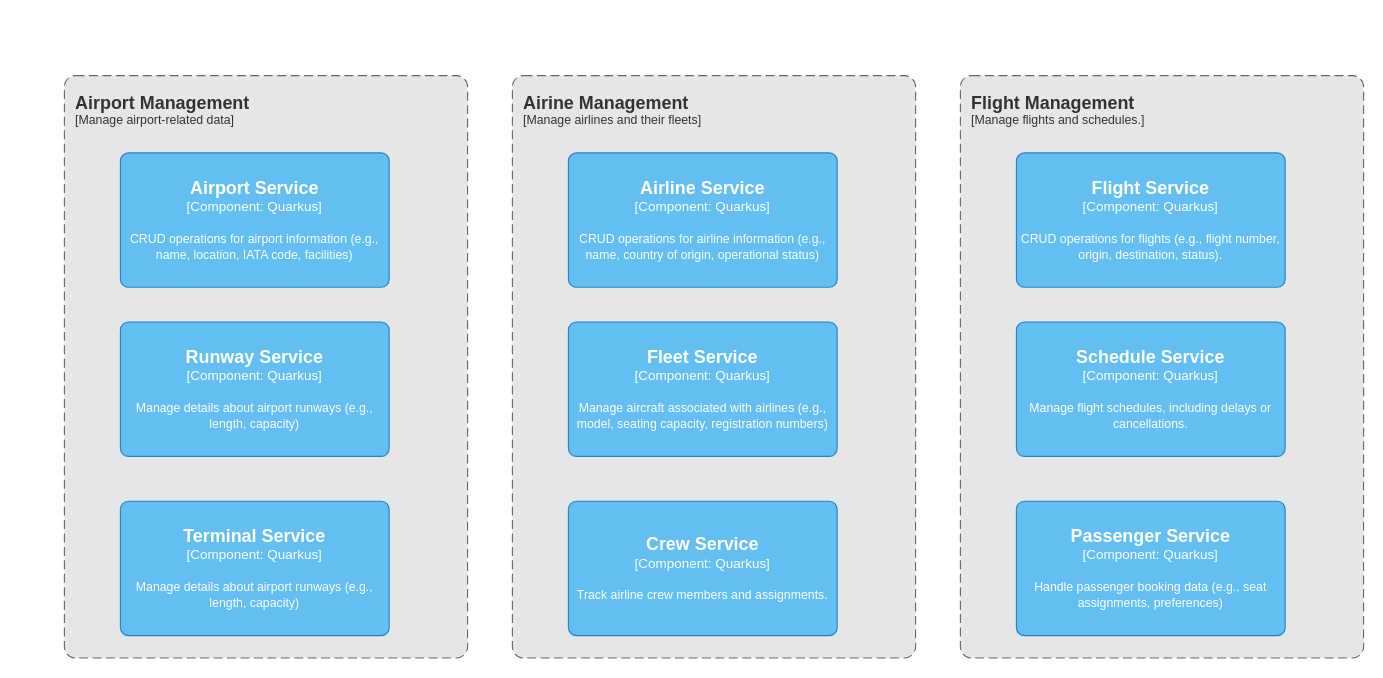
The draw.io diagram docs/context-diagram.drawio in ch88251/airport-management-system, before the edit. Source tidied: cells renumbered, new cells numbered last; positions are measured from the earlier drawing's top-left corner, leaving out a move shared by most shapes. Both pictures are drawn from the tidied source at 112%, with x=0, y=0 at pixel (64, 75).
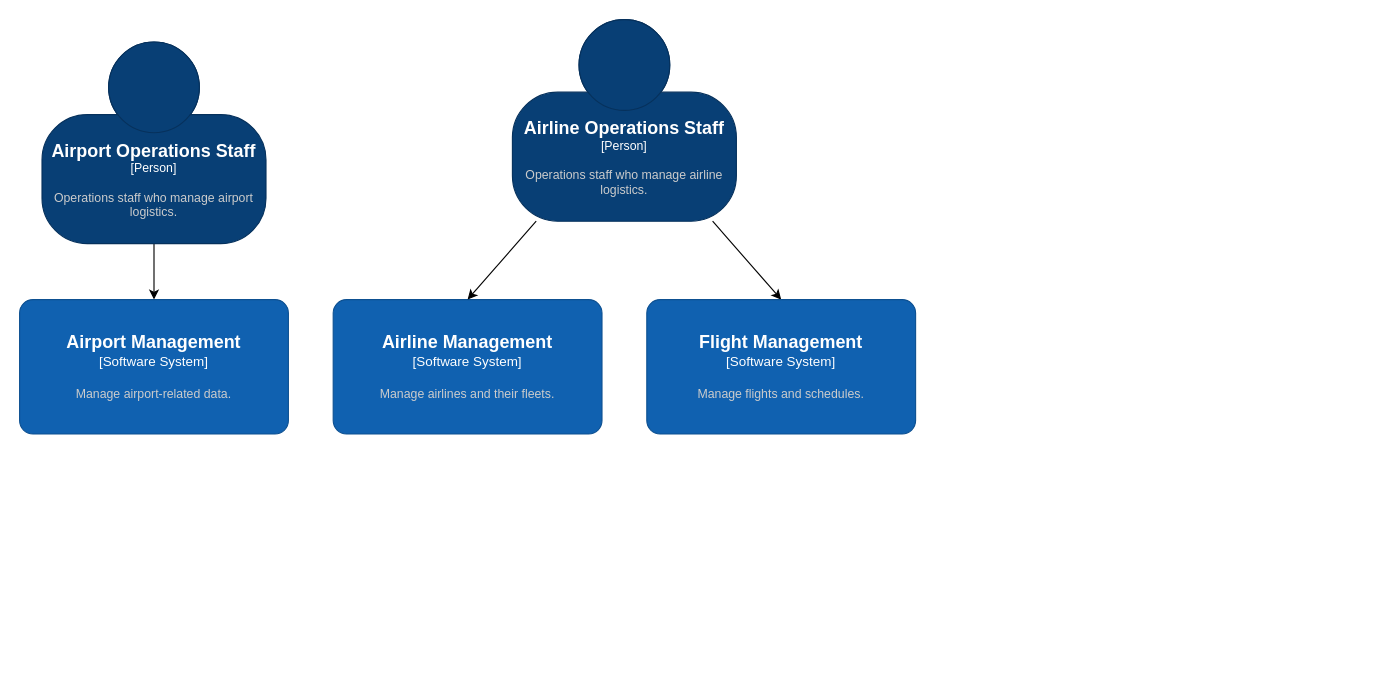
The same diagram, later.

Diff of the diagram source:
```diff
@@
-    <object id="2" label="&lt;font style=&quot;font-size: 16px&quot;&gt;&lt;b&gt;&lt;div style=&quot;text-align: left&quot;&gt;%c4Name%&lt;/div&gt;&lt;/b&gt;&lt;/font&gt;&lt;div style=&quot;text-align: left&quot;&gt;[%c4Application%]&lt;/div&gt;" c4Application="Manage airport-related data" c4Name="Airport Management" placeholders="1">
-      <mxCell style="rounded=1;fontSize=11;whiteSpace=wrap;html=1;dashed=1;arcSize=20;fillColor=#E6E6E6;strokeColor=#666666;fontColor=#333333;labelBackgroundColor=none;align=left;verticalAlign=top;labelBorderColor=none;spacingTop=0;spacing=10;dashPattern=8 4;perimeter=rectanglePerimeter;noLabel=0;labelPadding=0;absoluteArcSize=1;" parent="1" vertex="1">
-        <mxGeometry width="360" height="520" as="geometry" />
-      </mxCell>
-    </object>
+    <mxCell id="5" style="edgeStyle=none;html=1;entryX=0.5;entryY=0;entryDx=0;entryDy=0;entryPerimeter=0;strokeColor=#000000;" parent="1" edge="1" source="3" target="4">
+      <mxGeometry relative="1" as="geometry" />
+    </mxCell>
-    <object id="3" label="&lt;font style=&quot;font-size: 16px&quot;&gt;&lt;b&gt;%c4Name%&lt;/b&gt;&lt;/font&gt;&lt;div&gt;[%c4Type%: %c4Technology%]&lt;/div&gt;&lt;br&gt;&lt;div&gt;&lt;font style=&quot;font-size: 11px&quot;&gt;%c4Description%&lt;/font&gt;&lt;/div&gt;" c4Description="CRUD operations for airport information (e.g., name, location, IATA code, facilities)" c4Name="Airport Service" c4Technology="Quarkus" c4Type="Component" placeholders="1">
-      <mxCell style="rounded=1;whiteSpace=wrap;html=1;labelBackgroundColor=none;fillColor=#63BEF2;fontColor=#ffffff;align=center;arcSize=6;strokeColor=#2086C9;points=[[0.25,0,0],[0.5,0,0],[0.75,0,0],[1,0.25,0],[1,0.5,0],[1,0.75,0],[0.75,1,0],[0.5,1,0],[0.25,1,0],[0,0.75,0],[0,0.5,0],[0,0.25,0]];" parent="1" vertex="1">
-        <mxGeometry x="50" y="69" width="240" height="120" as="geometry" />
+    <object id="3" label="&lt;font style=&quot;font-size: 16px&quot;&gt;&lt;b&gt;%c4Name%&lt;/b&gt;&lt;/font&gt;&lt;div&gt;[%c4Type%]&lt;/div&gt;&lt;br&gt;&lt;div&gt;&lt;font style=&quot;font-size: 11px&quot;&gt;&lt;font color=&quot;#cccccc&quot;&gt;%c4Description%&lt;/font&gt;&lt;/div&gt;" c4Description="Operations staff who manage airport logistics." c4Name="Airport Operations Staff" c4Type="Person" placeholders="1">
+      <mxCell style="html=1;fontSize=11;dashed=0;whiteSpace=wrap;fillColor=#083F75;strokeColor=#06315C;fontColor=#ffffff;shape=mxgraph.c4.person2;align=center;points=[[0.5,0,0],[1,0.5,0],[1,0.75,0],[0.75,1,0],[0.5,1,0],[0.25,1,0],[0,0.75,0],[0,0.5,0]];" parent="1" vertex="1">
+        <mxGeometry x="-20" y="-30" width="200" height="180" as="geometry" />
       </mxCell>
     </object>
-    <object id="4" label="&lt;font style=&quot;font-size: 16px&quot;&gt;&lt;b&gt;%c4Name%&lt;/b&gt;&lt;/font&gt;&lt;div&gt;[%c4Type%: %c4Technology%]&lt;/div&gt;&lt;br&gt;&lt;div&gt;&lt;font style=&quot;font-size: 11px&quot;&gt;%c4Description%&lt;/font&gt;&lt;/div&gt;" c4Description="Manage details about airport runways (e.g., length, capacity)" c4Name="Runway Service" c4Technology="Quarkus" c4Type="Component" placeholders="1">
-      <mxCell style="rounded=1;whiteSpace=wrap;html=1;labelBackgroundColor=none;fillColor=#63BEF2;fontColor=#ffffff;align=center;arcSize=6;strokeColor=#2086C9;points=[[0.25,0,0],[0.5,0,0],[0.75,0,0],[1,0.25,0],[1,0.5,0],[1,0.75,0],[0.75,1,0],[0.5,1,0],[0.25,1,0],[0,0.75,0],[0,0.5,0],[0,0.25,0]];" parent="1" vertex="1">
-        <mxGeometry x="50" y="220" width="240" height="120" as="geometry" />
+    <object id="4" label="&lt;font style=&quot;font-size: 16px&quot;&gt;&lt;b&gt;%c4Name%&lt;/b&gt;&lt;/font&gt;&lt;div&gt;[%c4Type%]&lt;/div&gt;&lt;br&gt;&lt;div&gt;&lt;font style=&quot;font-size: 11px&quot;&gt;&lt;font color=&quot;#cccccc&quot;&gt;%c4Description%&lt;/font&gt;&lt;/div&gt;" c4Description="Manage airport-related data." c4Name="Airport Management" c4Type="Software System" placeholders="1">
+      <mxCell style="rounded=1;whiteSpace=wrap;html=1;labelBackgroundColor=none;fillColor=#1061B0;fontColor=#ffffff;align=center;arcSize=10;strokeColor=#0D5091;points=[[0.25,0,0],[0.5,0,0],[0.75,0,0],[1,0.25,0],[1,0.5,0],[1,0.75,0],[0.75,1,0],[0.5,1,0],[0.25,1,0],[0,0.75,0],[0,0.5,0],[0,0.25,0]];" parent="1" vertex="1">
+        <mxGeometry x="-40" y="200" width="240" height="120" as="geometry" />
       </mxCell>
     </object>
-    <object id="5" label="&lt;font style=&quot;font-size: 16px&quot;&gt;&lt;b&gt;%c4Name%&lt;/b&gt;&lt;/font&gt;&lt;div&gt;[%c4Type%: %c4Technology%]&lt;/div&gt;&lt;br&gt;&lt;div&gt;&lt;font style=&quot;font-size: 11px&quot;&gt;%c4Description%&lt;/font&gt;&lt;/div&gt;" c4Description="Manage details about airport runways (e.g., length, capacity)" c4Name="Terminal Service" c4Technology="Quarkus" c4Type="Component" placeholders="1">
-      <mxCell style="rounded=1;whiteSpace=wrap;html=1;labelBackgroundColor=none;fillColor=#63BEF2;fontColor=#ffffff;align=center;arcSize=6;strokeColor=#2086C9;" parent="1" vertex="1">
-        <mxGeometry x="50" y="380" width="240" height="120" as="geometry" />
-      </mxCell>
-    </object>
-    <object id="6" label="&lt;font style=&quot;font-size: 16px&quot;&gt;&lt;b&gt;&lt;div style=&quot;text-align: left&quot;&gt;%c4Name%&lt;/div&gt;&lt;/b&gt;&lt;/font&gt;&lt;div style=&quot;text-align: left&quot;&gt;[%c4Application%]&lt;/div&gt;" c4Application="Manage airlines and their fleets" c4Name="Airine Management" placeholders="1">
-      <mxCell style="rounded=1;fontSize=11;whiteSpace=wrap;html=1;dashed=1;arcSize=20;fillColor=#E6E6E6;strokeColor=#666666;fontColor=#333333;labelBackgroundColor=none;align=left;verticalAlign=top;labelBorderColor=none;spacingTop=0;spacing=10;dashPattern=8 4;perimeter=rectanglePerimeter;noLabel=0;labelPadding=0;absoluteArcSize=1;points=[[0.25,0,0],[0.5,0,0],[0.75,0,0],[1,0.25,0],[1,0.5,0],[1,0.75,0],[0.75,1,0],[0.5,1,0],[0.25,1,0],[0,0.75,0],[0,0.5,0],[0,0.25,0]];" parent="1" vertex="1">
-        <mxGeometry x="400" width="360" height="520" as="geometry" />
+    <object id="6" label="&lt;font style=&quot;font-size: 16px&quot;&gt;&lt;b&gt;%c4Name%&lt;/b&gt;&lt;/font&gt;&lt;div&gt;[%c4Type%]&lt;/div&gt;&lt;br&gt;&lt;div&gt;&lt;font style=&quot;font-size: 11px&quot;&gt;&lt;font color=&quot;#cccccc&quot;&gt;%c4Description%&lt;/font&gt;&lt;/div&gt;" c4Description="Manage airlines and their fleets." c4Name="Airline Management" c4Type="Software System" placeholders="1">
+      <mxCell style="rounded=1;whiteSpace=wrap;html=1;labelBackgroundColor=none;fillColor=#1061B0;fontColor=#ffffff;align=center;arcSize=10;strokeColor=#0D5091;points=[[0.25,0,0],[0.5,0,0],[0.75,0,0],[1,0.25,0],[1,0.5,0],[1,0.75,0],[0.75,1,0],[0.5,1,0],[0.25,1,0],[0,0.75,0],[0,0.5,0],[0,0.25,0]];" parent="1" vertex="1">
+        <mxGeometry x="240" y="200" width="240" height="120" as="geometry" />
       </mxCell>
     </object>
+    <mxCell id="8" style="edgeStyle=none;html=1;entryX=0.5;entryY=0;entryDx=0;entryDy=0;entryPerimeter=0;strokeColor=#000000;" parent="1" edge="1" source="7" target="6">
+      <mxGeometry relative="1" as="geometry" />
+    </mxCell>
+    <mxCell id="11" style="edgeStyle=none;html=1;entryX=0.5;entryY=0;entryDx=0;entryDy=0;entryPerimeter=0;strokeColor=#000000;" parent="1" edge="1" source="7" target="9">
+      <mxGeometry relative="1" as="geometry" />
+    </mxCell>
-    <object id="7" label="&lt;font style=&quot;font-size: 16px&quot;&gt;&lt;b&gt;%c4Name%&lt;/b&gt;&lt;/font&gt;&lt;div&gt;[%c4Type%: %c4Technology%]&lt;/div&gt;&lt;br&gt;&lt;div&gt;&lt;font style=&quot;font-size: 11px&quot;&gt;%c4Description%&lt;/font&gt;&lt;/div&gt;" c4Description="CRUD operations for airline information (e.g., name, country of origin, operational status)" c4Name="Airline Service" c4Technology="Quarkus" c4Type="Component" placeholders="1">
-      <mxCell style="rounded=1;whiteSpace=wrap;html=1;labelBackgroundColor=none;fillColor=#63BEF2;fontColor=#ffffff;align=center;arcSize=6;strokeColor=#2086C9;points=[[0.25,0,0],[0.5,0,0],[0.75,0,0],[1,0.25,0],[1,0.5,0],[1,0.75,0],[0.75,1,0],[0.5,1,0],[0.25,1,0],[0,0.75,0],[0,0.5,0],[0,0.25,0]];" parent="1" vertex="1">
-        <mxGeometry x="450" y="69" width="240" height="120" as="geometry" />
+    <object id="7" label="&lt;font style=&quot;font-size: 16px&quot;&gt;&lt;b&gt;%c4Name%&lt;/b&gt;&lt;/font&gt;&lt;div&gt;[%c4Type%]&lt;/div&gt;&lt;br&gt;&lt;div&gt;&lt;font style=&quot;font-size: 11px&quot;&gt;&lt;font color=&quot;#cccccc&quot;&gt;%c4Description%&lt;/font&gt;&lt;/div&gt;" c4Description="Operations staff who manage airline logistics." c4Name="Airline Operations Staff" c4Type="Person" placeholders="1">
+      <mxCell style="html=1;fontSize=11;dashed=0;whiteSpace=wrap;fillColor=#083F75;strokeColor=#06315C;fontColor=#ffffff;shape=mxgraph.c4.person2;align=center;points=[[0.5,0,0],[1,0.5,0],[1,0.75,0],[0.75,1,0],[0.5,1,0],[0.25,1,0],[0,0.75,0],[0,0.5,0]];" parent="1" vertex="1">
+        <mxGeometry x="400" y="-50" width="200" height="180" as="geometry" />
       </mxCell>
     </object>
-    <object id="8" label="&lt;font style=&quot;font-size: 16px&quot;&gt;&lt;b&gt;%c4Name%&lt;/b&gt;&lt;/font&gt;&lt;div&gt;[%c4Type%: %c4Technology%]&lt;/div&gt;&lt;br&gt;&lt;div&gt;&lt;font style=&quot;font-size: 11px&quot;&gt;%c4Description%&lt;/font&gt;&lt;/div&gt;" c4Description="Manage aircraft associated with airlines (e.g., model, seating capacity, registration numbers)" c4Name="Fleet Service" c4Technology="Quarkus" c4Type="Component" placeholders="1">
-      <mxCell style="rounded=1;whiteSpace=wrap;html=1;labelBackgroundColor=none;fillColor=#63BEF2;fontColor=#ffffff;align=center;arcSize=6;strokeColor=#2086C9;" parent="1" vertex="1">
-        <mxGeometry x="450" y="220" width="240" height="120" as="geometry" />
-      </mxCell>
-    </object>
-    <object id="9" label="&lt;font style=&quot;font-size: 16px&quot;&gt;&lt;b&gt;%c4Name%&lt;/b&gt;&lt;/font&gt;&lt;div&gt;[%c4Type%: %c4Technology%]&lt;/div&gt;&lt;br&gt;&lt;div&gt;&lt;font style=&quot;font-size: 11px&quot;&gt;%c4Description%&lt;/font&gt;&lt;/div&gt;" c4Description="Track airline crew members and assignments.&#10;" c4Name="Crew Service" c4Technology="Quarkus" c4Type="Component" placeholders="1">
-      <mxCell style="rounded=1;whiteSpace=wrap;html=1;labelBackgroundColor=none;fillColor=#63BEF2;fontColor=#ffffff;align=center;arcSize=6;strokeColor=#2086C9;points=[[0.25,0,0],[0.5,0,0],[0.75,0,0],[1,0.25,0],[1,0.5,0],[1,0.75,0],[0.75,1,0],[0.5,1,0],[0.25,1,0],[0,0.75,0],[0,0.5,0],[0,0.25,0]];" parent="1" vertex="1">
-        <mxGeometry x="450" y="380" width="240" height="120" as="geometry" />
+    <object id="9" label="&lt;font style=&quot;font-size: 16px&quot;&gt;&lt;b&gt;%c4Name%&lt;/b&gt;&lt;/font&gt;&lt;div&gt;[%c4Type%]&lt;/div&gt;&lt;br&gt;&lt;div&gt;&lt;font style=&quot;font-size: 11px&quot;&gt;&lt;font color=&quot;#cccccc&quot;&gt;%c4Description%&lt;/font&gt;&lt;/div&gt;" c4Description="Manage flights and schedules." c4Name="Flight Management" c4Type="Software System" placeholders="1">
+      <mxCell style="rounded=1;whiteSpace=wrap;html=1;labelBackgroundColor=none;fillColor=#1061B0;fontColor=#ffffff;align=center;arcSize=10;strokeColor=#0D5091;points=[[0.25,0,0],[0.5,0,0],[0.75,0,0],[1,0.25,0],[1,0.5,0],[1,0.75,0],[0.75,1,0],[0.5,1,0],[0.25,1,0],[0,0.75,0],[0,0.5,0],[0,0.25,0]];" parent="1" vertex="1">
+        <mxGeometry x="520" y="200" width="240" height="120" as="geometry" />
       </mxCell>
     </object>
-    <object id="10" label="&lt;font style=&quot;font-size: 16px&quot;&gt;&lt;b&gt;&lt;div style=&quot;text-align: left&quot;&gt;%c4Name%&lt;/div&gt;&lt;/b&gt;&lt;/font&gt;&lt;div style=&quot;text-align: left&quot;&gt;[%c4Application%]&lt;/div&gt;" c4Application="Manage flights and schedules." c4Name="Flight Management" placeholders="1">
-      <mxCell style="rounded=1;fontSize=11;whiteSpace=wrap;html=1;dashed=1;arcSize=20;fillColor=#E6E6E6;strokeColor=#666666;fontColor=#333333;labelBackgroundColor=none;align=left;verticalAlign=top;labelBorderColor=none;spacingTop=0;spacing=10;dashPattern=8 4;perimeter=rectanglePerimeter;noLabel=0;labelPadding=0;absoluteArcSize=1;" parent="1" vertex="1">
-        <mxGeometry x="800" width="360" height="520" as="geometry" />
-      </mxCell>
-    </object>
-    <object id="11" label="&lt;font style=&quot;font-size: 16px&quot;&gt;&lt;b&gt;%c4Name%&lt;/b&gt;&lt;/font&gt;&lt;div&gt;[%c4Type%: %c4Technology%]&lt;/div&gt;&lt;br&gt;&lt;div&gt;&lt;font style=&quot;font-size: 11px&quot;&gt;%c4Description%&lt;/font&gt;&lt;/div&gt;" c4Description="CRUD operations for flights (e.g., flight number, origin, destination, status)." c4Name="Flight Service" c4Technology="Quarkus" c4Type="Component" placeholders="1">
-      <mxCell style="rounded=1;whiteSpace=wrap;html=1;labelBackgroundColor=none;fillColor=#63BEF2;fontColor=#ffffff;align=center;arcSize=6;strokeColor=#2086C9;" parent="1" vertex="1">
-        <mxGeometry x="850" y="69" width="240" height="120" as="geometry" />
-      </mxCell>
-    </object>
-    <object id="12" label="&lt;font style=&quot;font-size: 16px&quot;&gt;&lt;b&gt;%c4Name%&lt;/b&gt;&lt;/font&gt;&lt;div&gt;[%c4Type%: %c4Technology%]&lt;/div&gt;&lt;br&gt;&lt;div&gt;&lt;font style=&quot;font-size: 11px&quot;&gt;%c4Description%&lt;/font&gt;&lt;/div&gt;" c4Description="Manage flight schedules, including delays or cancellations." c4Name="Schedule Service" c4Technology="Quarkus" c4Type="Component" placeholders="1">
-      <mxCell style="rounded=1;whiteSpace=wrap;html=1;labelBackgroundColor=none;fillColor=#63BEF2;fontColor=#ffffff;align=center;arcSize=6;strokeColor=#2086C9;" parent="1" vertex="1">
-        <mxGeometry x="850" y="220" width="240" height="120" as="geometry" />
-      </mxCell>
-    </object>
-    <object id="13" label="&lt;font style=&quot;font-size: 16px&quot;&gt;&lt;b&gt;%c4Name%&lt;/b&gt;&lt;/font&gt;&lt;div&gt;[%c4Type%: %c4Technology%]&lt;/div&gt;&lt;br&gt;&lt;div&gt;&lt;font style=&quot;font-size: 11px&quot;&gt;%c4Description%&lt;/font&gt;&lt;/div&gt;" c4Description="Handle passenger booking data (e.g., seat assignments, preferences)" c4Name="Passenger Service" c4Technology="Quarkus" c4Type="Component" placeholders="1">
-      <mxCell style="rounded=1;whiteSpace=wrap;html=1;labelBackgroundColor=none;fillColor=#63BEF2;fontColor=#ffffff;align=center;arcSize=6;strokeColor=#2086C9;" parent="1" vertex="1">
-        <mxGeometry x="850" y="380" width="240" height="120" as="geometry" />
-      </mxCell>
-    </object>
```
